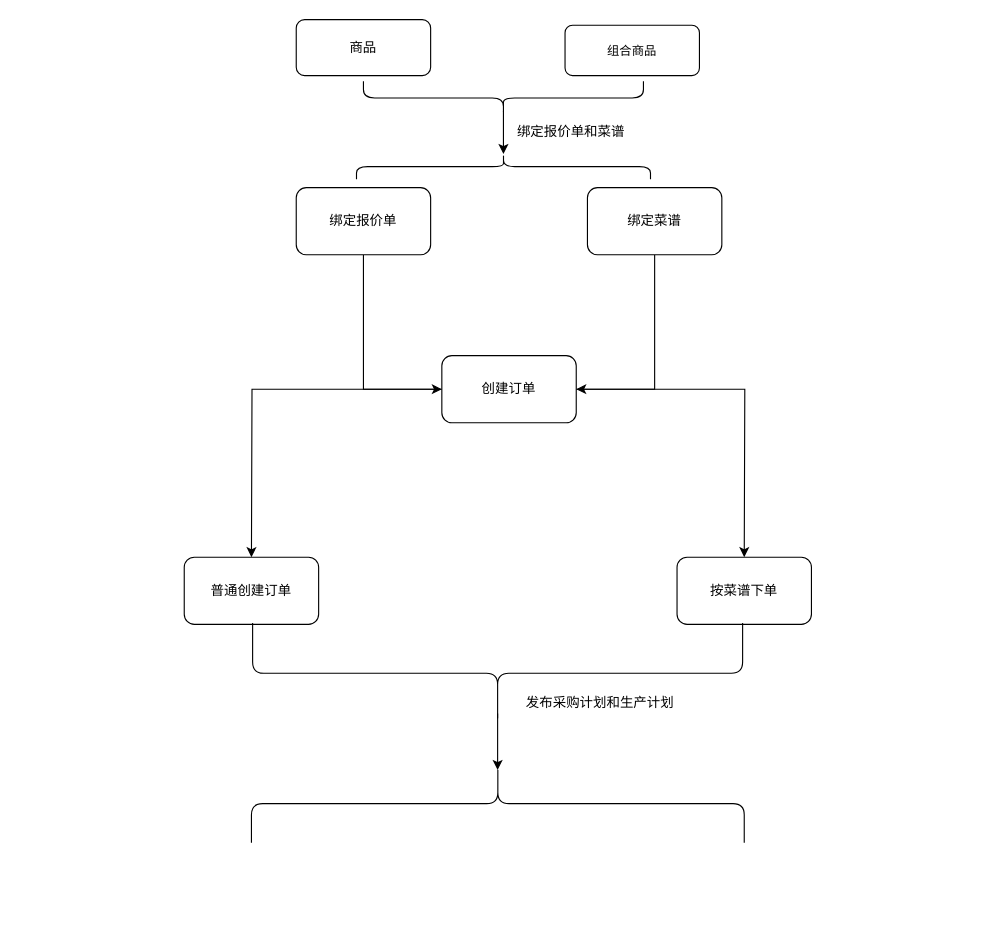
Before: gm_order_server.drawio in pcorvoh/-warehouse, a draw.io diagram. Source tidied: cells renumbered, new cells numbered last; positions are measured from the earlier drawing's top-left corner, leaving out a move shared by most shapes. Both pictures are drawn from the tidied source at 112%, with x=0, y=0 at pixel (184, -43).
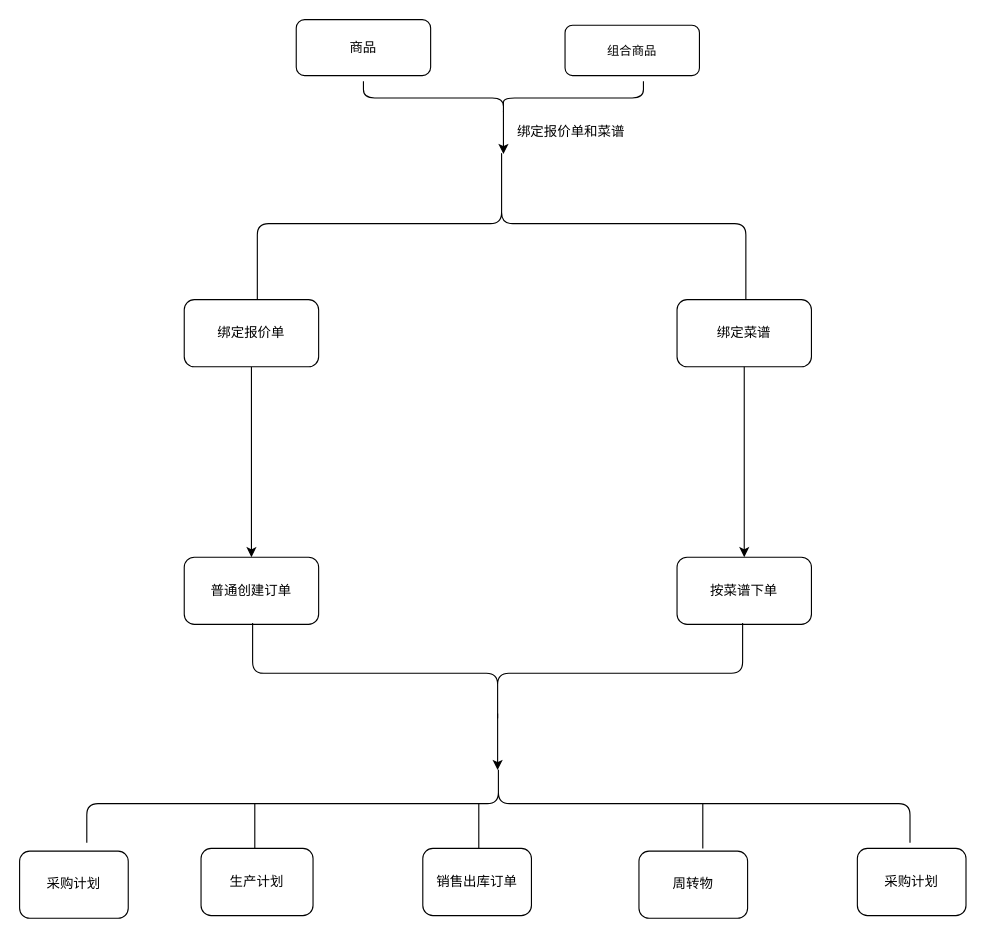
After the change.

The change refers to these unchanged cells:
```xml
<mxCell id="16" value="普通创建订单" style="rounded=1;whiteSpace=wrap;html=1;" parent="1" vertex="1">
  <mxGeometry y="535" width="120" height="60" as="geometry" />
</mxCell>
```

Change to the diagram source:
```diff
@@
-    <mxCell id="6" style="edgeStyle=orthogonalEdgeStyle;rounded=0;jettySize=auto;html=1;exitX=0.5;exitY=1;exitDx=0;exitDy=0;entryX=0;entryY=0.5;entryDx=0;entryDy=0;" parent="1" edge="1" source="7" target="14">
+    <mxCell id="6" style="edgeStyle=orthogonalEdgeStyle;rounded=0;jettySize=auto;html=1;exitX=0.5;exitY=1;exitDx=0;exitDy=0;" parent="1" edge="1" source="7" target="16">
       <mxGeometry relative="1" as="geometry">
         <Array as="points">
-          <mxPoint x="160" y="385" />
+          <mxPoint x="60" y="365" />
+          <mxPoint x="60" y="365" />
         </Array>
       </mxGeometry>
     </mxCell>
     <mxCell id="7" value="绑定报价单" style="rounded=1;whiteSpace=wrap;html=1;" parent="1" vertex="1">
-      <mxGeometry x="100" y="205" width="120" height="60" as="geometry" />
+      <mxGeometry y="305" width="120" height="60" as="geometry" />
     </mxCell>
     <mxCell id="8" style="shape=curlyBracket;whiteSpace=wrap;html=1;rounded=1;rotation=90;" parent="1" vertex="1">
-      <mxGeometry x="273.8" y="55" width="22.5" height="262.5" as="geometry" />
+      <mxGeometry x="215.7" y="19.1" width="135.3" height="436.2" as="geometry" />
     </mxCell>
@@
-    <mxCell id="10" style="edgeStyle=orthogonalEdgeStyle;rounded=0;jettySize=auto;html=1;entryX=1;entryY=0.5;entryDx=0;entryDy=0;" parent="1" edge="1" source="11" target="14">
-      <mxGeometry relative="1" as="geometry">
-        <Array as="points">
-          <mxPoint x="420" y="385" />
-        </Array>
-      </mxGeometry>
-    </mxCell>
     <mxCell id="11" value="绑定菜谱" style="rounded=1;whiteSpace=wrap;html=1;" parent="1" vertex="1">
-      <mxGeometry x="360" y="205" width="120" height="60" as="geometry" />
+      <mxGeometry x="440" y="305" width="120" height="60" as="geometry" />
     </mxCell>
-    <mxCell id="12" style="edgeStyle=orthogonalEdgeStyle;rounded=0;jettySize=auto;html=1;" parent="1" edge="1" source="14">
+    <mxCell id="12" style="edgeStyle=orthogonalEdgeStyle;rounded=0;jettySize=auto;html=1;exitX=0.5;exitY=1;exitDx=0;exitDy=0;" parent="1" edge="1" source="11">
       <mxGeometry relative="1" as="geometry">
         <mxPoint x="500" y="535" as="targetPoint" />
       </mxGeometry>
     </mxCell>
-    <mxCell id="13" style="edgeStyle=orthogonalEdgeStyle;rounded=0;jettySize=auto;html=1;" parent="1" edge="1" source="14">
-      <mxGeometry relative="1" as="geometry">
-        <mxPoint x="60" y="535" as="targetPoint" />
-      </mxGeometry>
-    </mxCell>
-    <mxCell id="14" value="创建订单" style="rounded=1;whiteSpace=wrap;html=1;" parent="1" vertex="1">
-      <mxGeometry x="230" y="355" width="120" height="60" as="geometry" />
-    </mxCell>
@@
-    <mxCell id="19" value="发布采购计划和生产计划" style="text;html=1;align=center;verticalAlign=middle;strokeColor=none;" parent="1" vertex="1">
-      <mxGeometry x="296.2" y="655" width="150" height="20" as="geometry" />
-    </mxCell>
-    <mxCell id="20" style="shape=curlyBracket;whiteSpace=wrap;html=1;rounded=1;rotation=90;" parent="1" vertex="1">
-      <mxGeometry x="245" y="535" width="70" height="440" as="geometry" />
+    <mxCell id="20" style="shape=curlyBracket;whiteSpace=wrap;html=1;rounded=1;rotation=90;size=0.5;" parent="1" vertex="1">
+      <mxGeometry x="245.5" y="387.5" width="70" height="735" as="geometry" />
     </mxCell>
+    <mxCell id="21" style="shape=partialRectangle;whiteSpace=wrap;html=1;bottom=0;top=0;fillColor=none;" parent="1" vertex="1">
+      <mxGeometry x="63" y="755" width="200" height="40" as="geometry" />
+    </mxCell>
+    <mxCell id="22" value="采购计划" style="rounded=1;whiteSpace=wrap;html=1;" parent="1" vertex="1">
+      <mxGeometry x="-147" y="797.4" width="97" height="60" as="geometry" />
+    </mxCell>
+    <mxCell id="23" value="生产计划" style="rounded=1;whiteSpace=wrap;html=1;" parent="1" vertex="1">
+      <mxGeometry x="15" y="795" width="100" height="60" as="geometry" />
+    </mxCell>
+    <mxCell id="24" value="销售出库订单" style="rounded=1;whiteSpace=wrap;html=1;" parent="1" vertex="1">
+      <mxGeometry x="213" y="795" width="97" height="60" as="geometry" />
+    </mxCell>
+    <mxCell id="25" value="周转物" style="rounded=1;whiteSpace=wrap;html=1;" parent="1" vertex="1">
+      <mxGeometry x="406" y="797.4" width="97" height="60" as="geometry" />
+    </mxCell>
+    <mxCell id="26" value="采购计划" style="rounded=1;whiteSpace=wrap;html=1;" parent="1" vertex="1">
+      <mxGeometry x="601" y="795" width="97" height="60" as="geometry" />
+    </mxCell>
+    <mxCell id="27" style="endArrow=none;html=1;" parent="1" edge="1">
+      <mxGeometry relative="1" as="geometry">
+        <mxPoint x="463" y="755" as="sourcePoint" />
+        <mxPoint x="463" y="795" as="targetPoint" />
+      </mxGeometry>
+    </mxCell>
```
